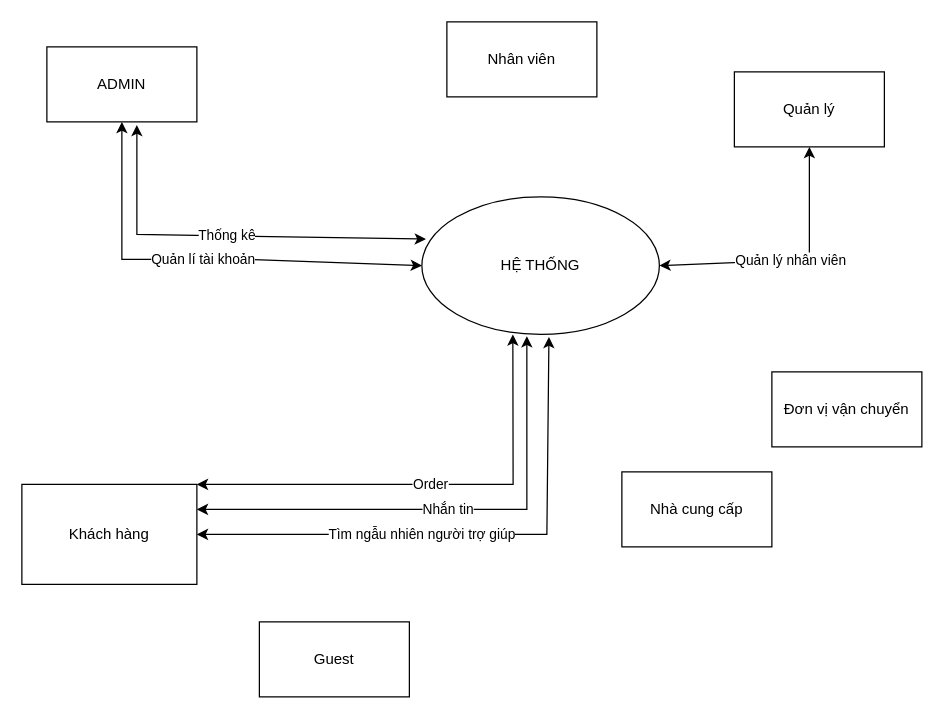
This is HETHONGBANTRASUA_CONTEXT.drawio from NgoAnhThanThien/thanthien123, a draw.io file, before an edit. Source tidied: cells renumbered, new cells numbered last; positions are measured from the earlier drawing's top-left corner, leaving out a move shared by most shapes. Both pictures are drawn from the tidied source at 125%, with x=0, y=0 at pixel (21, 21).
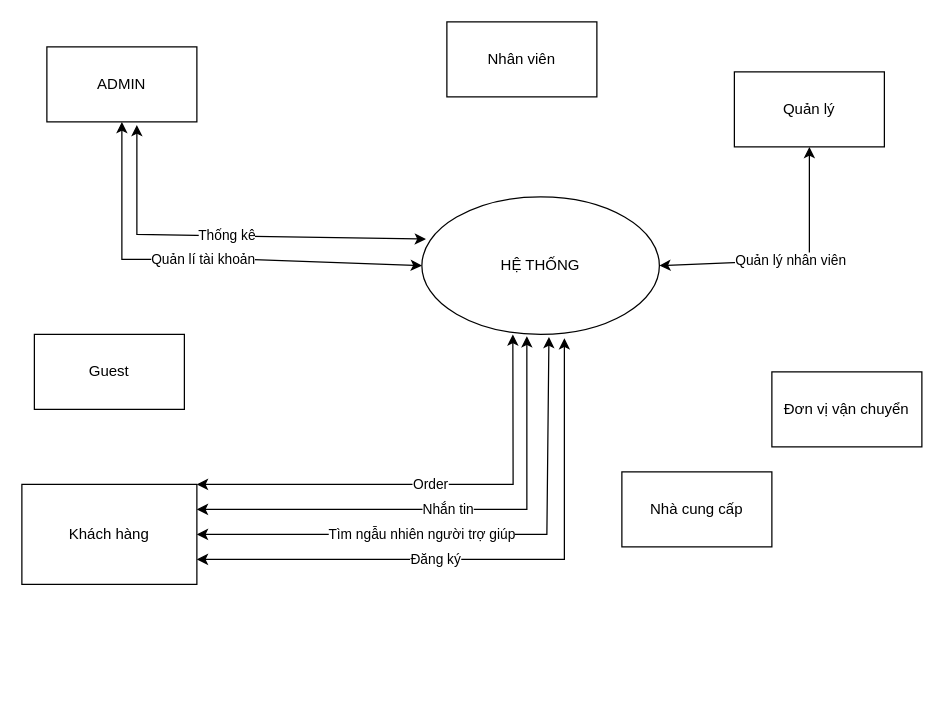
Above is the later version.

The change refers to these unchanged cells:
```xml
<mxCell id="2" value="HỆ THỐNG" style="ellipse;whiteSpace=wrap;html=1;" parent="1" vertex="1">
  <mxGeometry x="320" y="140" width="190" height="110" as="geometry" />
</mxCell>
<mxCell id="3" value="Khách hàng" style="rounded=0;whiteSpace=wrap;html=1;" parent="1" vertex="1">
  <mxGeometry y="370" width="140" height="80" as="geometry" />
</mxCell>
```

What changed in the source:
```diff
@@
     <mxCell id="14" value="Guest" style="rounded=0;whiteSpace=wrap;html=1;" parent="1" vertex="1">
-      <mxGeometry x="190" y="480" width="120" height="60" as="geometry" />
+      <mxGeometry x="10" y="250" width="120" height="60" as="geometry" />
     </mxCell>
@@
+    <mxCell id="16" value="Đăng ký" style="endArrow=classic;startArrow=classic;html=1;rounded=0;exitX=1;exitY=0.75;exitDx=0;exitDy=0;entryX=0.6;entryY=1.028;entryDx=0;entryDy=0;entryPerimeter=0;" parent="1" edge="1" source="3" target="2">
+      <mxGeometry x="-0.19" relative="1" as="geometry">
+        <Array as="points">
+          <mxPoint x="434" y="430" />
+        </Array>
+      </mxGeometry>
+    </mxCell>
```
